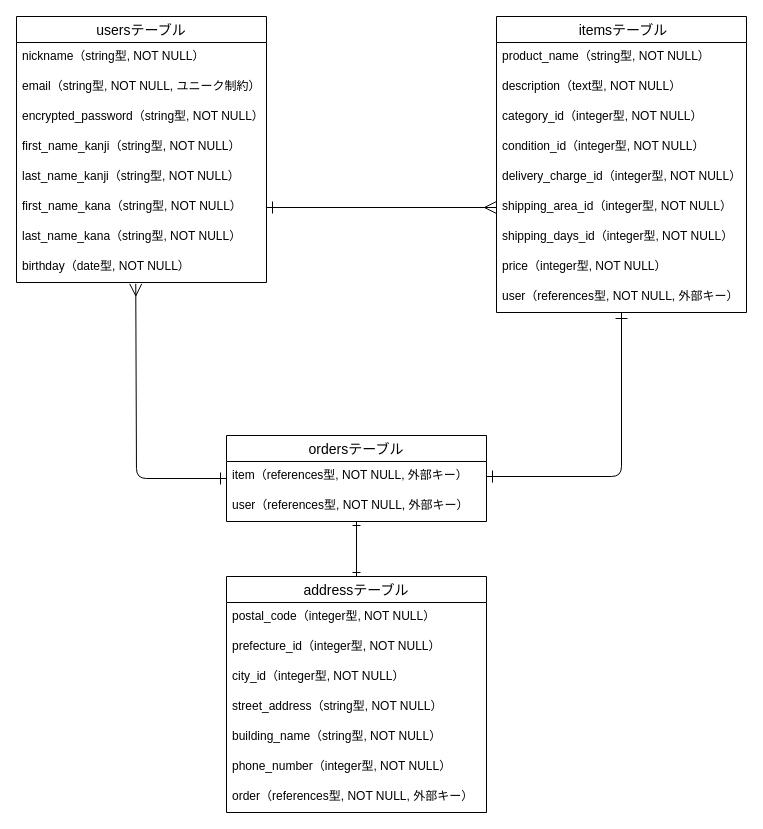
Above: test.dio in Tanaka925/furima-40189 (draw.io), before the change. Source tidied: cells renumbered, new cells numbered last; positions are measured from the earlier drawing's top-left corner, leaving out a move shared by most shapes. Both pictures are drawn from the tidied source at 100%, with x=0, y=0 at pixel (16, 16).
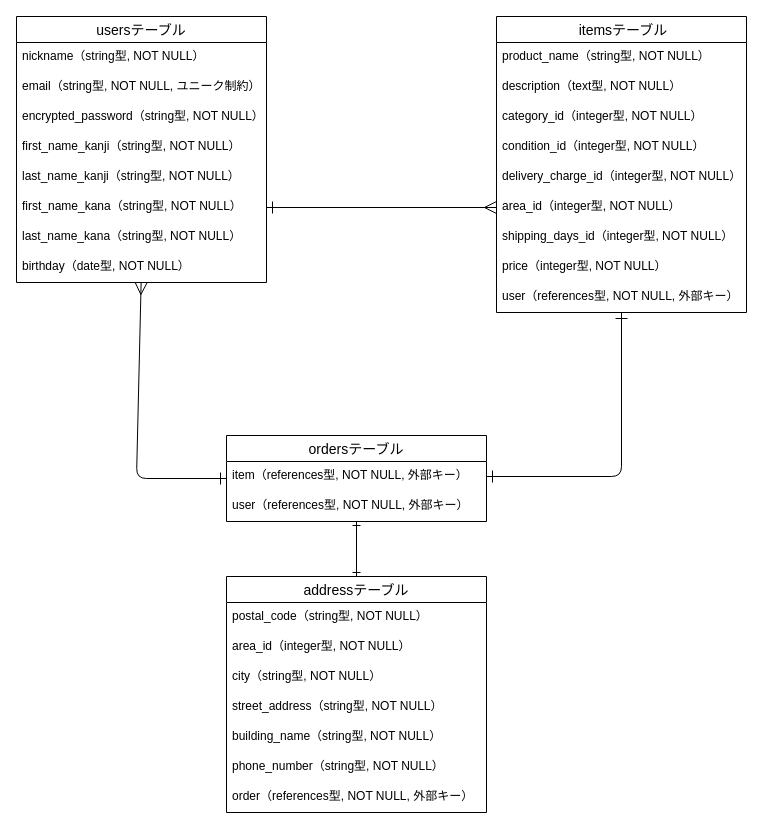
Above is the later version.

Unchanged cells that the change refers to:
```xml
<mxCell id="10" value="birthday（date型, NOT NULL）" style="text;strokeColor=none;fillColor=none;spacingLeft=4;spacingRight=4;overflow=hidden;points=[[0,0.5],[1,0.5]];portConstraint=eastwest;fontSize=12;" parent="2" vertex="1">
  <mxGeometry y="236" width="250" height="30" as="geometry" />
</mxCell>
<mxCell id="12" value=" itemsテーブル" style="swimlane;fontStyle=0;horizontal=1;startSize=26;align=center;fontSize=14;" parent="1" vertex="1">
  <mxGeometry x="480" width="250" height="296" as="geometry" />
</mxCell>
<mxCell id="22" value="addressテーブル" style="swimlane;fontStyle=0;horizontal=1;startSize=26;align=center;fontSize=14;" parent="1" vertex="1">
  <mxGeometry x="210" y="560" width="260" height="236" as="geometry" />
</mxCell>
<mxCell id="33" value="ordersテーブル" style="swimlane;fontStyle=0;horizontal=1;startSize=26;align=center;fontSize=14;" parent="1" vertex="1">
  <mxGeometry x="210" y="419" width="260" height="86" as="geometry" />
</mxCell>
```

The edit, as a diff of the source:
```diff
@@
-    <mxCell id="18" value="shipping_area_id（integer型, NOT NULL）" style="text;strokeColor=none;fillColor=none;spacingLeft=4;spacingRight=4;overflow=hidden;points=[[0,0.5],[1,0.5]];portConstraint=eastwest;fontSize=12;" parent="12" vertex="1">
+    <mxCell id="18" value="area_id（integer型, NOT NULL）" style="text;strokeColor=none;fillColor=none;spacingLeft=4;spacingRight=4;overflow=hidden;points=[[0,0.5],[1,0.5]];portConstraint=eastwest;fontSize=12;" parent="12" vertex="1">
       <mxGeometry y="176" width="250" height="30" as="geometry" />
     </mxCell>
@@
-    <mxCell id="23" value="postal_code（integer型, NOT NULL）" style="text;strokeColor=none;fillColor=none;spacingLeft=4;spacingRight=4;overflow=hidden;fontSize=12;" parent="22" vertex="1">
+    <mxCell id="23" value="postal_code（string型, NOT NULL）" style="text;strokeColor=none;fillColor=none;spacingLeft=4;spacingRight=4;overflow=hidden;fontSize=12;" parent="22" vertex="1">
       <mxGeometry y="26" width="260" height="30" as="geometry" />
     </mxCell>
-    <mxCell id="24" value="prefecture_id（integer型, NOT NULL）" style="text;strokeColor=none;fillColor=none;spacingLeft=4;spacingRight=4;overflow=hidden;fontSize=12;" parent="22" vertex="1">
+    <mxCell id="24" value="area_id（integer型, NOT NULL）" style="text;strokeColor=none;fillColor=none;spacingLeft=4;spacingRight=4;overflow=hidden;fontSize=12;" parent="22" vertex="1">
       <mxGeometry y="56" width="260" height="30" as="geometry" />
     </mxCell>
-    <mxCell id="25" value="city_id（integer型, NOT NULL）" style="text;strokeColor=none;fillColor=none;spacingLeft=4;spacingRight=4;overflow=hidden;fontSize=12;" parent="22" vertex="1">
+    <mxCell id="25" value="city（string型, NOT NULL）" style="text;strokeColor=none;fillColor=none;spacingLeft=4;spacingRight=4;overflow=hidden;fontSize=12;" parent="22" vertex="1">
       <mxGeometry y="86" width="260" height="30" as="geometry" />
     </mxCell>
@@
-    <mxCell id="28" value="phone_number（integer型, NOT NULL）" style="text;strokeColor=none;fillColor=none;spacingLeft=4;spacingRight=4;overflow=hidden;fontSize=12;" parent="22" vertex="1">
+    <mxCell id="28" value="phone_number（string型, NOT NULL）" style="text;strokeColor=none;fillColor=none;spacingLeft=4;spacingRight=4;overflow=hidden;fontSize=12;" parent="22" vertex="1">
       <mxGeometry y="176" width="260" height="30" as="geometry" />
     </mxCell>
@@
-    <mxCell id="31" style="edgeStyle=none;html=1;entryX=0;entryY=0.5;entryDx=0;entryDy=0;startArrow=ERmany;startFill=0;endArrow=ERone;endFill=0;startSize=10;endSize=10;exitX=0.477;exitY=1.044;exitDx=0;exitDy=0;exitPerimeter=0;" parent="1" edge="1" source="10" target="33">
+    <mxCell id="31" style="edgeStyle=none;html=1;entryX=0;entryY=0.5;entryDx=0;entryDy=0;startArrow=ERmany;startFill=0;endArrow=ERone;endFill=0;startSize=10;endSize=10;" parent="1" edge="1" source="10" target="33">
       <mxGeometry relative="1" as="geometry">
         <Array as="points">
           <mxPoint x="120" y="462" />
         </Array>
       </mxGeometry>
     </mxCell>
```
